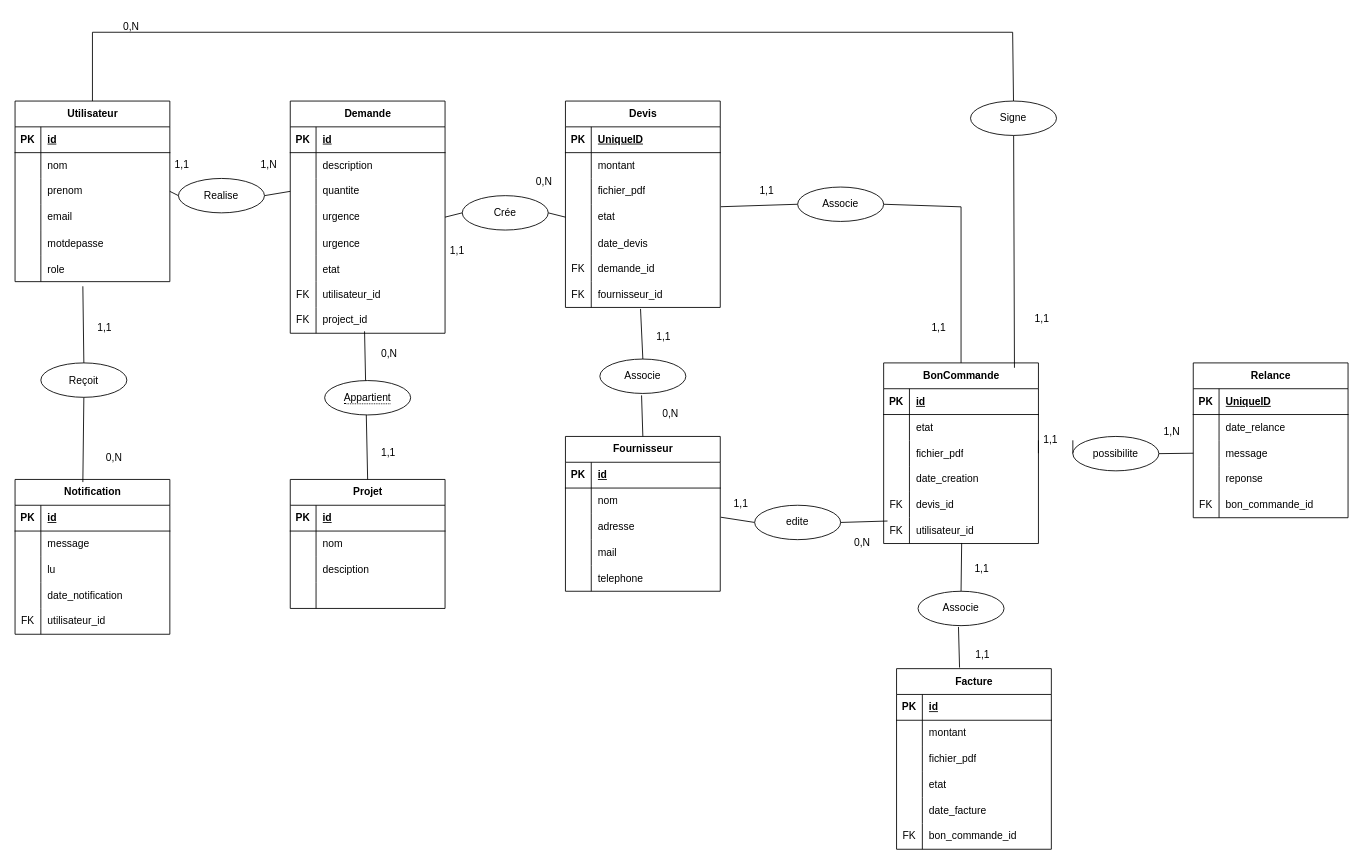
JinxYTW/Stage2024 keeps this draw.io diagram as chustage.drawio. Above is the earlier version. Source tidied: cells renumbered, new cells numbered last; positions are measured from the earlier drawing's top-left corner, leaving out a move shared by most shapes. Both pictures are drawn from the tidied source at 86%, with x=0, y=0 at pixel (15, 15).
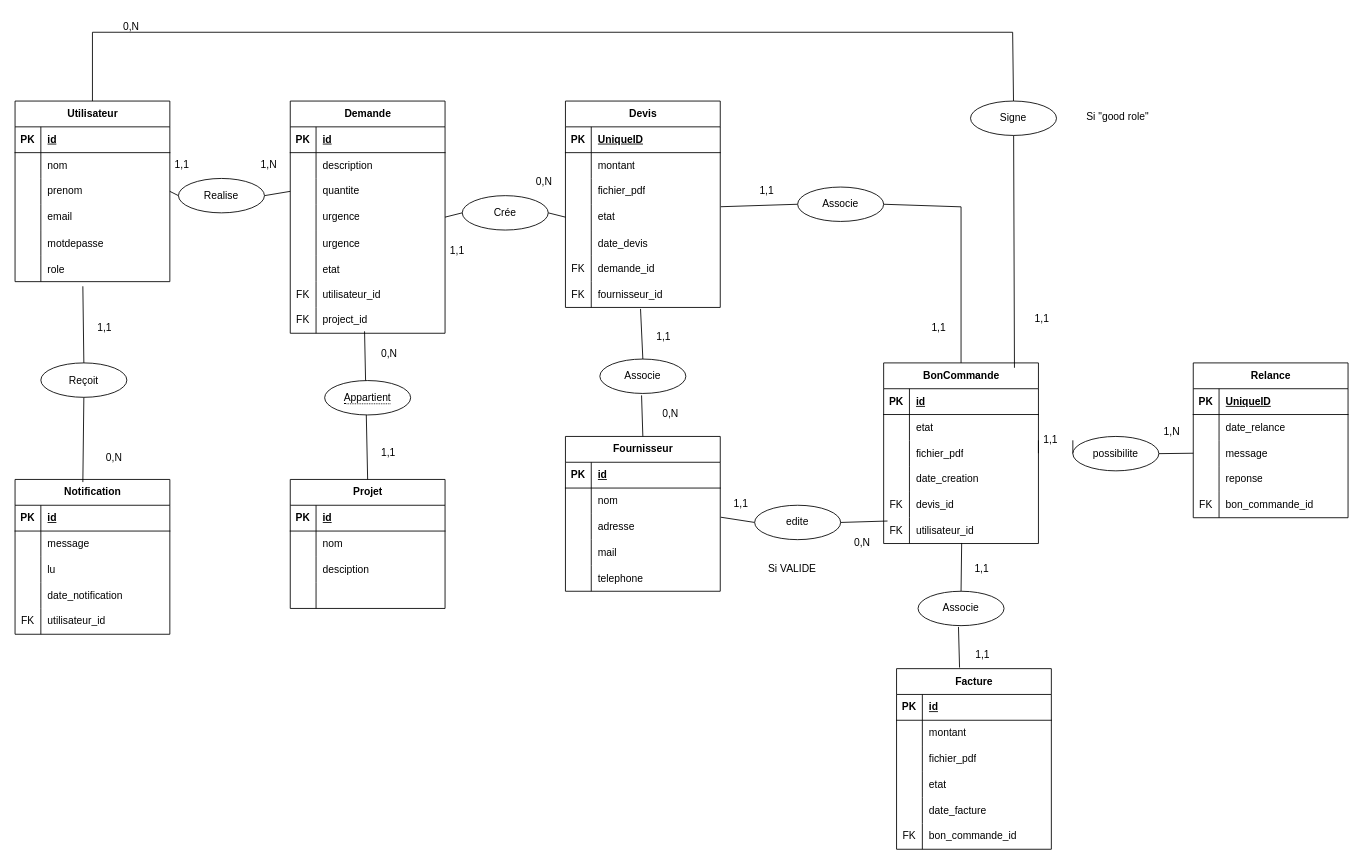
After the change.

Commit message:
Precision supp

Diff of the diagram source:
```diff
@@
+    <mxCell id="217" value="Si VALIDE" style="text;strokeColor=none;fillColor=none;spacingLeft=4;spacingRight=4;overflow=hidden;fontSize=12;whiteSpace=wrap;html=1;" parent="1" vertex="1">
+      <mxGeometry x="870" y="630" width="90" height="30" as="geometry" />
+    </mxCell>
+    <mxCell id="218" value="Si &quot;good role&quot;" style="text;strokeColor=none;fillColor=none;spacingLeft=4;spacingRight=4;overflow=hidden;fontSize=12;whiteSpace=wrap;html=1;" parent="1" vertex="1">
+      <mxGeometry x="1240" y="105" width="110" height="30" as="geometry" />
+    </mxCell>
```
